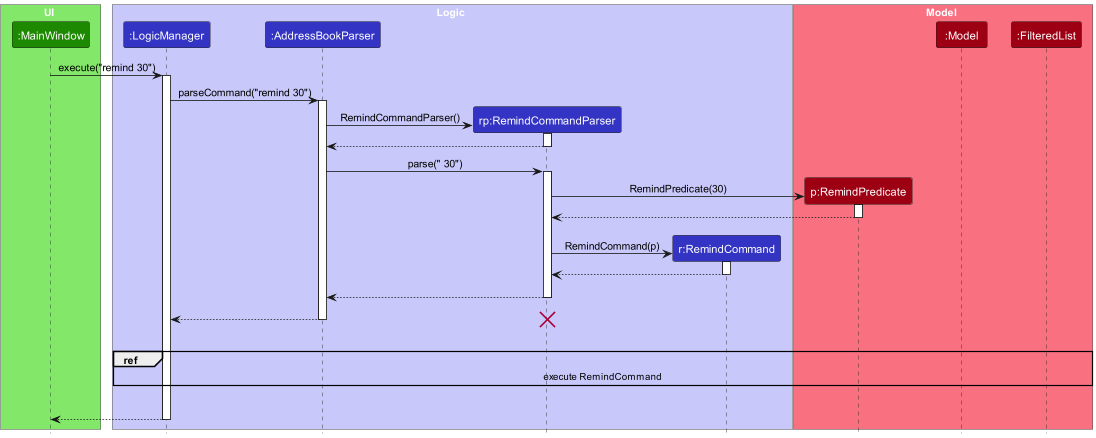
Earlier version of the PlantUML export docs/images/RemindSequenceDiagram1.png (nus-cs2103-AY2324S1/tp).
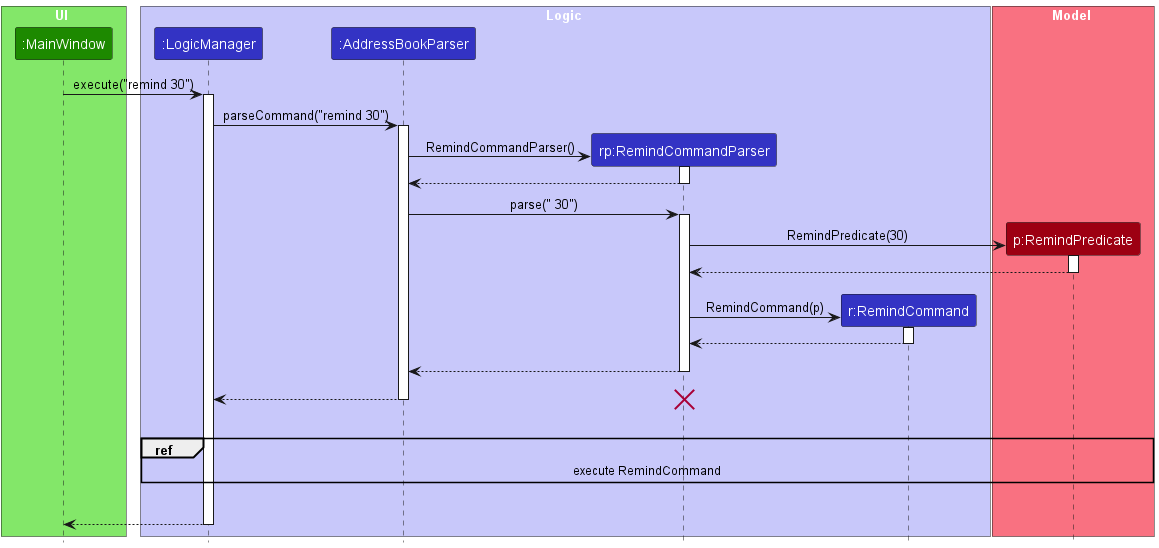
Later version of the same file.

The edit, as a diff of the source:
```diff
@@ -30,8 +30,6 @@
 
 box Model MODEL_COLOR_T1
 participant "p:RemindPredicate" as RemindPredicate MODEL_COLOR
-participant ":Model" as Model MODEL_COLOR
-participant ":FilteredList" as FilteredList MODEL_COLOR
 
 create RemindPredicate
 RemindCommandParser -> RemindPredicate : RemindPredicate(30)
@@ -56,7 +54,7 @@
 destroy RemindCommandParser
 
 RemindPredicate -[hidden]-> LogicManager : empty row
-ref over LogicManager, FilteredList: execute RemindCommand
+ref over LogicManager, RemindPredicate: execute RemindCommand
 LogicManager -[hidden]-> MainWindow : empty row
 LogicManager --> MainWindow
 deactivate LogicManager
```
